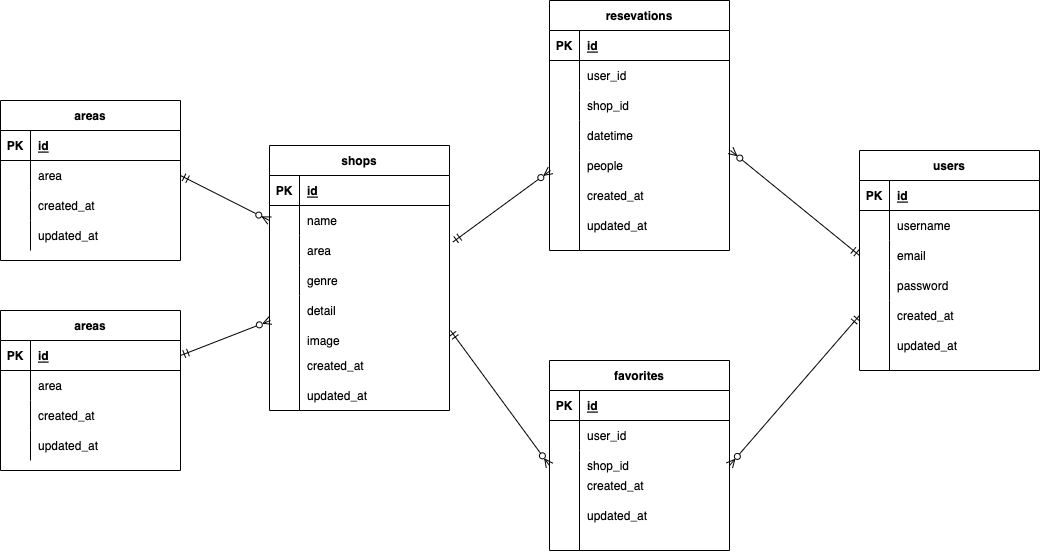
horikent/rese keeps this draw.io diagram as rese.drawio.png. Above is the earlier version. Source tidied: cells renumbered, new cells last; positions are measured from the earlier drawing's top-left corner, leaving out a move shared by most shapes.
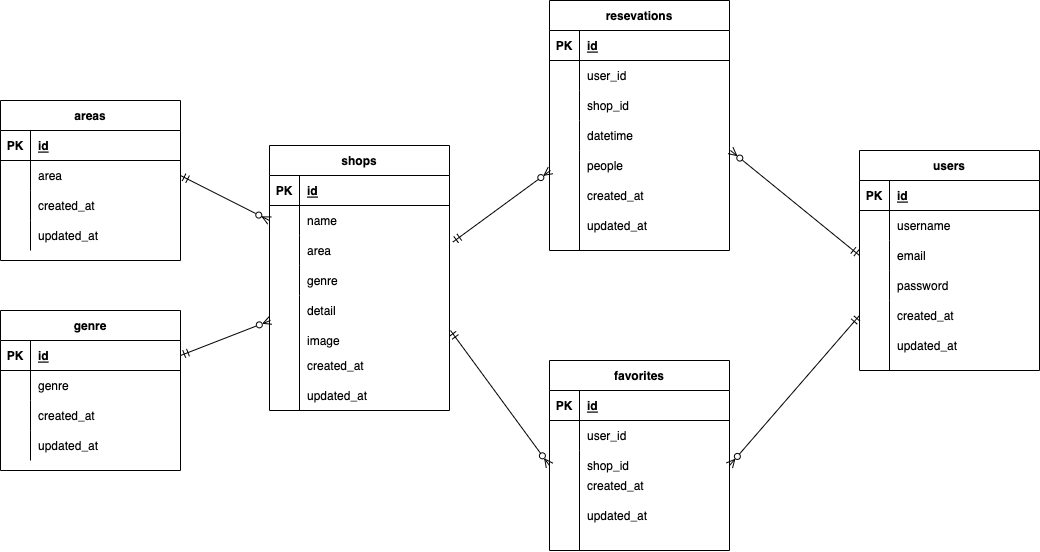
The same file after the commit.

Change to the diagram source:
```diff
@@ -271,7 +271,7 @@
         <mxPoint x="270" y="320" as="targetPoint" />
       </mxGeometry>
     </mxCell>
-    <mxCell id="85" value="areas" style="shape=table;startSize=30;rowLines=0;fontStyle=1;align=center;" parent="1" vertex="1">
+    <mxCell id="85" value="genre" style="shape=table;startSize=30;rowLines=0;fontStyle=1;align=center;" parent="1" vertex="1">
       <mxGeometry y="310" width="180" height="160" as="geometry" />
     </mxCell>
     <mxCell id="86" style="shape=partialRectangle;fillColor=none;top=0;left=0;bottom=1;right=0;" parent="85" vertex="1">
@@ -289,7 +289,7 @@
     <mxCell id="90" style="shape=partialRectangle;fillColor=none;top=0;left=0;bottom=0;right=0;overflow=hidden;" parent="89" vertex="1">
       <mxGeometry width="30" height="30" as="geometry" />
     </mxCell>
-    <mxCell id="91" value="area" style="shape=partialRectangle;fillColor=none;top=0;left=0;bottom=0;right=0;align=left;spacingLeft=6;overflow=hidden;" parent="89" vertex="1">
+    <mxCell id="91" value="genre" style="shape=partialRectangle;fillColor=none;top=0;left=0;bottom=0;right=0;align=left;spacingLeft=6;overflow=hidden;" parent="89" vertex="1">
       <mxGeometry x="30" width="150" height="30" as="geometry" />
     </mxCell>
     <mxCell id="92" style="shape=partialRectangle;fillColor=none;top=0;left=0;bottom=0;right=0;" parent="85" vertex="1">
```
